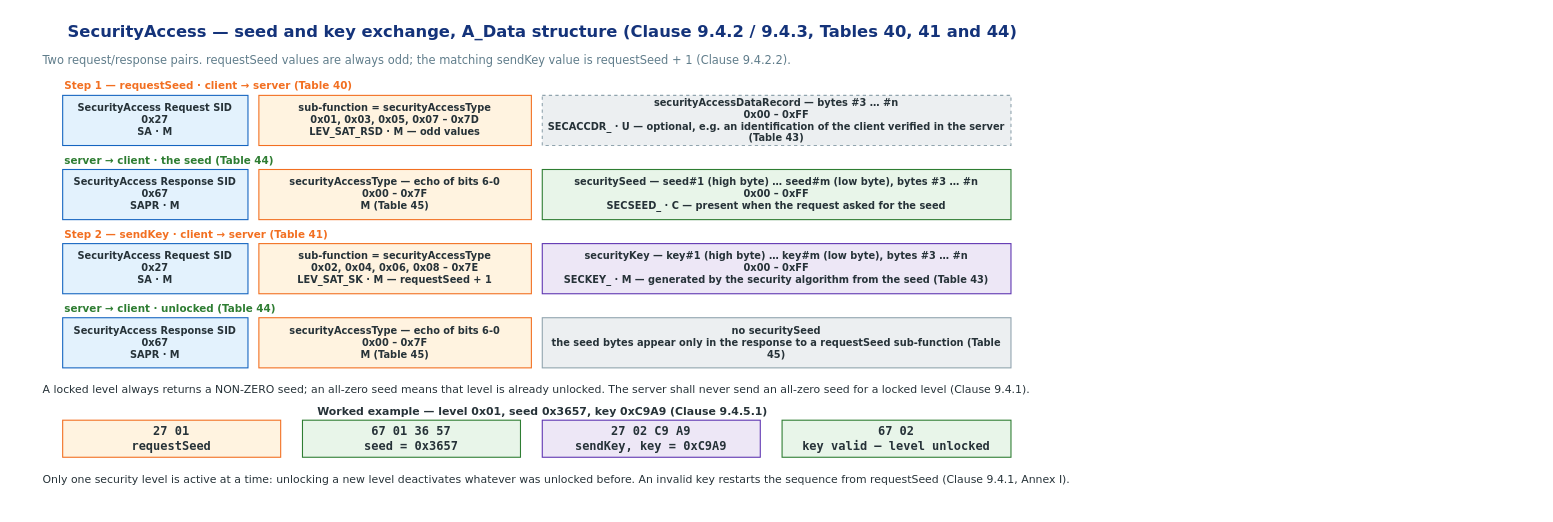
Earlier version of the draw.io diagram doc/Standards/ISO14229-uds/asset/uds-securityaccess-message-structure.drawio (mnpham2101/AutomotiveNotes). Source tidied: cells renumbered, new cells numbered last; positions are measured from the earlier drawing's top-left corner, leaving out a move shared by most shapes. Both pictures are drawn from the tidied source at 109%, with x=0, y=0 at pixel (19, 19).
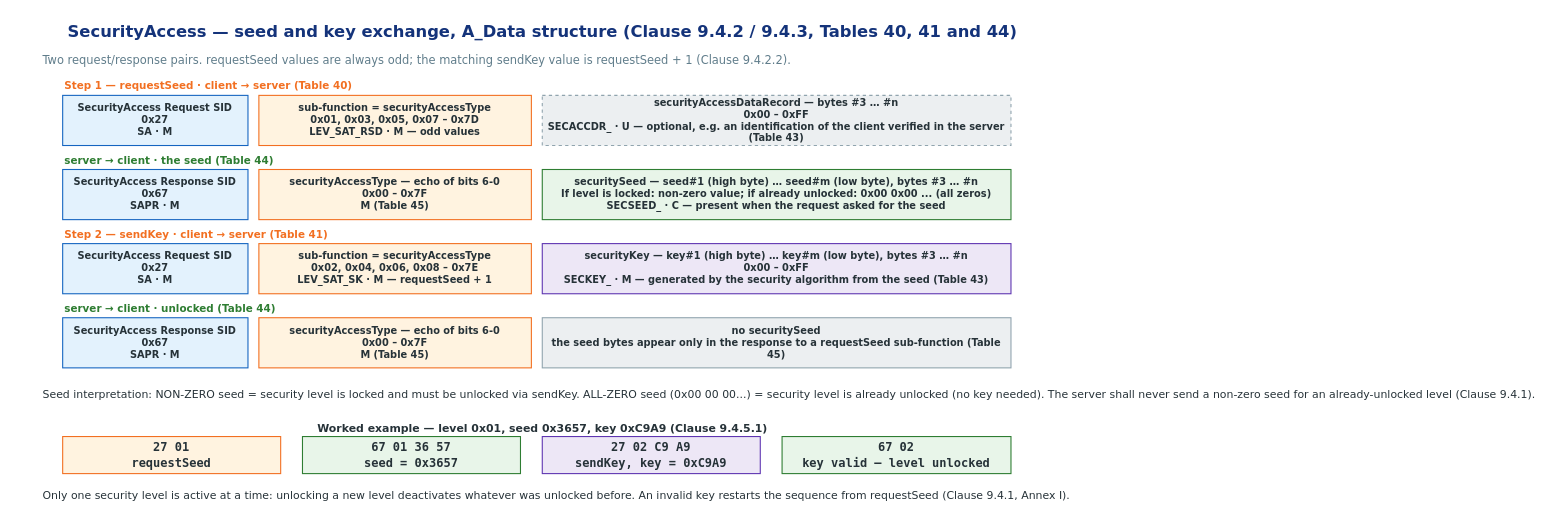
The same diagram, later.

Commit message (it also covers changes not shown here):
Clarify all-zero seed when SecurityAccess level is already unlocked

The securitySeed field returns non-zero when locked but all-zero
(0x00 00 ...) when the requested level is already unlocked; the
diagram previously didn't distinguish the two cases.

Diff of the diagram source:
```diff
@@
-    <mxCell id="11" value="securitySeed — seed#1 (high byte) … seed#m (low byte), bytes #3 … #n&#10;0x00 – 0xFF&#10;SECSEED_ · C — present when the request asked for the seed" style="rounded=0;whiteSpace=wrap;html=1;fillColor=#e8f5e9;strokeColor=#2e7d32;fontSize=9;align=center;verticalAlign=middle;fontColor=#263238;fontFamily=DejaVu Sans;fontStyle=1;" parent="1" vertex="1">
+    <mxCell id="11" value="securitySeed — seed#1 (high byte) … seed#m (low byte), bytes #3 … #n&#10;If level is locked: non-zero value; if already unlocked: 0x00 0x00 ... (all zeros)&#10;SECSEED_ · C — present when the request asked for the seed" style="rounded=0;whiteSpace=wrap;html=1;fillColor=#e8f5e9;strokeColor=#2e7d32;fontSize=9;align=center;verticalAlign=middle;fontColor=#263238;fontFamily=DejaVu Sans;fontStyle=1;" parent="1" vertex="1">
       <mxGeometry x="480" y="138" width="430" height="46" as="geometry" />
     </mxCell>
@@
-    <mxCell id="20" value="A locked level always returns a NON-ZERO seed; an all-zero seed means that level is already unlocked. The server shall never send an all-zero seed for a locked level (Clause 9.4.1)." style="text;html=1;align=left;verticalAlign=middle;fontSize=10;fontColor=#263238;fontFamily=DejaVu Sans;" parent="1" vertex="1">
-      <mxGeometry x="20" y="332" width="920" height="16" as="geometry" />
+    <mxCell id="20" value="Seed interpretation: NON-ZERO seed = security level is locked and must be unlocked via sendKey. ALL-ZERO seed (0x00 00 00...) = security level is already unlocked (no key needed). The server shall never send a non-zero seed for an already-unlocked level (Clause 9.4.1)." style="text;html=1;align=left;verticalAlign=middle;fontSize=10;fontColor=#263238;fontFamily=DejaVu Sans;" parent="1" vertex="1">
+      <mxGeometry x="20" y="332" width="920" height="24" as="geometry" />
     </mxCell>
     <mxCell id="21" value="Worked example — level 0x01, seed 0x3657, key 0xC9A9 (Clause 9.4.5.1)" style="text;html=1;align=center;verticalAlign=middle;fontSize=10;fontColor=#263238;fontFamily=DejaVu Sans;fontStyle=1;" parent="1" vertex="1">
-      <mxGeometry x="20" y="352" width="920" height="16" as="geometry" />
+      <mxGeometry x="20" y="367" width="920" height="16" as="geometry" />
     </mxCell>
     <mxCell id="22" value="27 01&#10;requestSeed" style="rounded=0;whiteSpace=wrap;html=1;fillColor=#fff3e0;strokeColor=#f26f21;fontSize=11;align=center;verticalAlign=middle;fontColor=#263238;fontFamily=DejaVu Sans Mono;fontStyle=1;" parent="1" vertex="1">
-      <mxGeometry x="40" y="368" width="200" height="34" as="geometry" />
+      <mxGeometry x="40" y="383" width="200" height="34" as="geometry" />
     </mxCell>
     <mxCell id="23" value="67 01 36 57&#10;seed = 0x3657" style="rounded=0;whiteSpace=wrap;html=1;fillColor=#e8f5e9;strokeColor=#2e7d32;fontSize=11;align=center;verticalAlign=middle;fontColor=#263238;fontFamily=DejaVu Sans Mono;fontStyle=1;" parent="1" vertex="1">
-      <mxGeometry x="260" y="368" width="200" height="34" as="geometry" />
+      <mxGeometry x="260" y="383" width="200" height="34" as="geometry" />
     </mxCell>
     <mxCell id="24" value="27 02 C9 A9&#10;sendKey, key = 0xC9A9" style="rounded=0;whiteSpace=wrap;html=1;fillColor=#ede7f6;strokeColor=#5e35b1;fontSize=11;align=center;verticalAlign=middle;fontColor=#263238;fontFamily=DejaVu Sans Mono;fontStyle=1;" parent="1" vertex="1">
-      <mxGeometry x="480" y="368" width="200" height="34" as="geometry" />
+      <mxGeometry x="480" y="383" width="200" height="34" as="geometry" />
     </mxCell>
     <mxCell id="25" value="67 02&#10;key valid — level unlocked" style="rounded=0;whiteSpace=wrap;html=1;fillColor=#e8f5e9;strokeColor=#2e7d32;fontSize=11;align=center;verticalAlign=middle;fontColor=#263238;fontFamily=DejaVu Sans Mono;fontStyle=1;" parent="1" vertex="1">
-      <mxGeometry x="700" y="368" width="210" height="34" as="geometry" />
+      <mxGeometry x="700" y="383" width="210" height="34" as="geometry" />
     </mxCell>
     <mxCell id="26" value="Only one security level is active at a time: unlocking a new level deactivates whatever was unlocked before. An invalid key restarts the sequence from requestSeed (Clause 9.4.1, Annex I)." style="text;html=1;align=left;verticalAlign=middle;fontSize=10;fontColor=#263238;fontFamily=DejaVu Sans;" parent="1" vertex="1">
-      <mxGeometry x="20" y="414" width="920" height="16" as="geometry" />
+      <mxGeometry x="20" y="429" width="920" height="16" as="geometry" />
     </mxCell>
```
